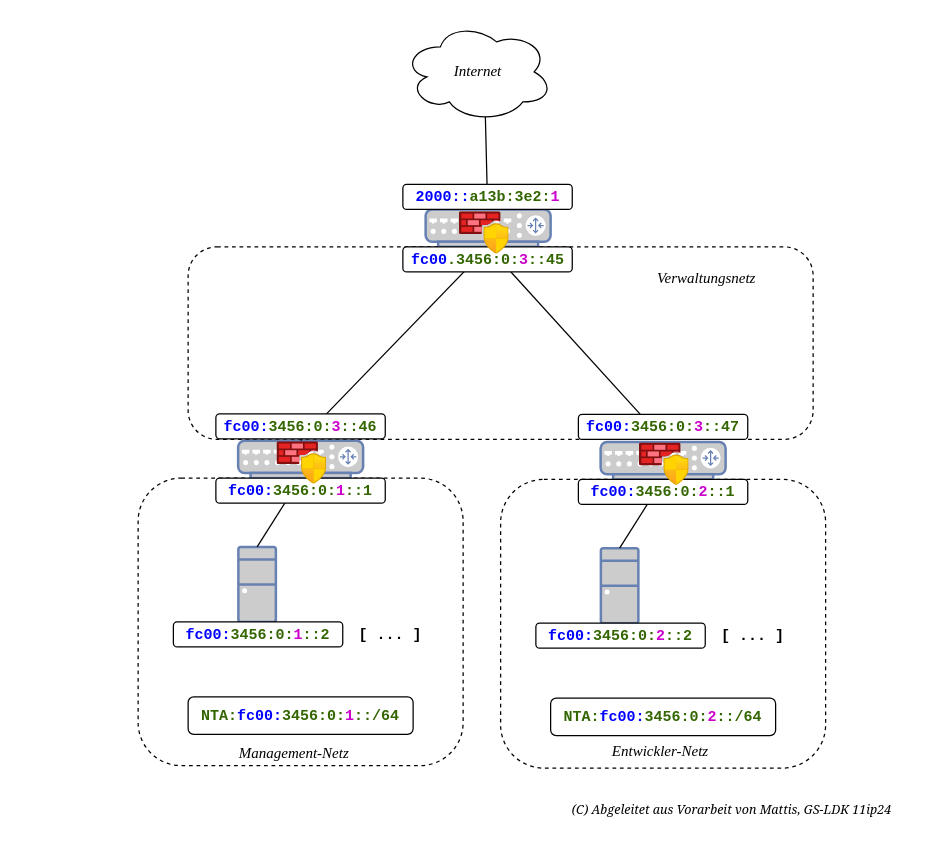
This is sources/lf.09/img.lf/ipv6-segmentation-solution.drawio from pro-tirone-computatri/protico.ltx, a draw.io file, before an edit. Source tidied: cells renumbered, new cells numbered last; positions are measured from the earlier drawing's top-left corner, leaving out a move shared by most shapes. Both pictures are drawn from the tidied source at 125%, with x=0, y=0 at pixel (30, 21).
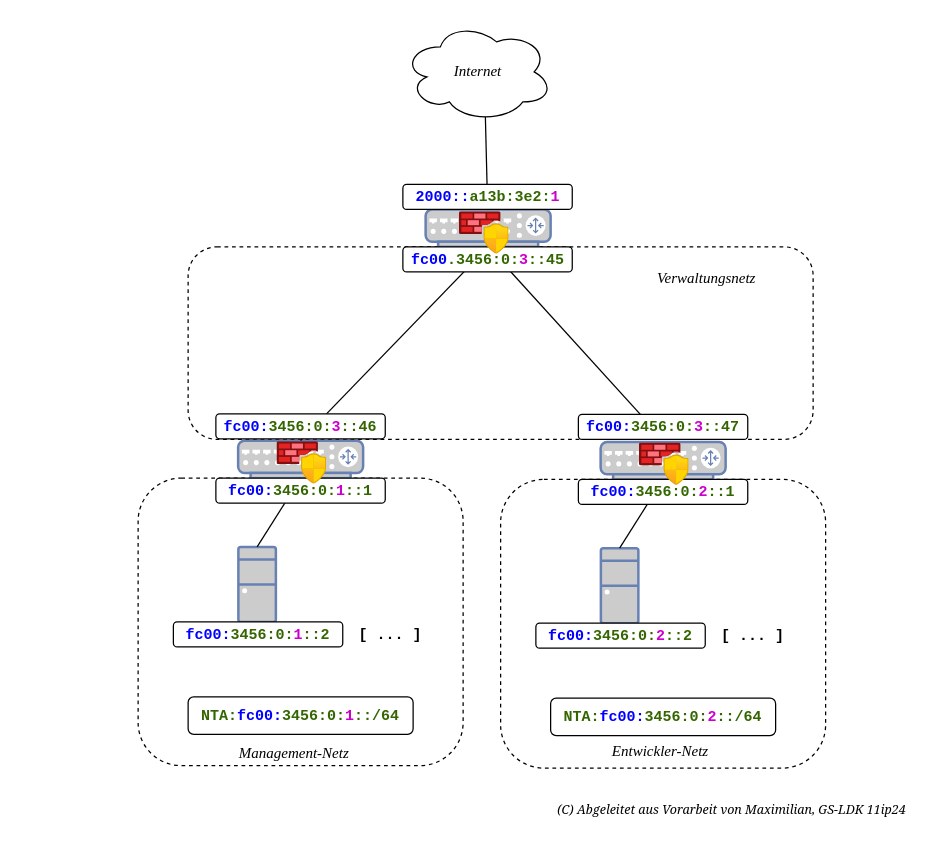
The same diagram, later.

Change to the diagram source:
```diff
@@
-    <mxCell id="36" value="&lt;font style=&quot;font-size: 10px;&quot; face=&quot;Georgia&quot;&gt;&lt;i style=&quot;&quot;&gt;(C) Abgeleitet aus Vorarbeit von Mattis, GS-LDK 11ip24&amp;nbsp;&lt;/i&gt;&lt;/font&gt;" style="text;html=1;align=center;verticalAlign=middle;whiteSpace=wrap;rounded=0;" parent="1" vertex="1">
+    <mxCell id="36" value="&lt;font style=&quot;font-size: 10px;&quot; face=&quot;Georgia&quot;&gt;&lt;i style=&quot;&quot;&gt;(C) Abgeleitet aus Vorarbeit von Maximilian, GS-LDK 11ip24&amp;nbsp;&lt;/i&gt;&lt;/font&gt;" style="text;html=1;align=center;verticalAlign=middle;whiteSpace=wrap;rounded=0;" parent="1" vertex="1">
       <mxGeometry x="417.8" y="620" width="289" height="20" as="geometry" />
     </mxCell>
```
